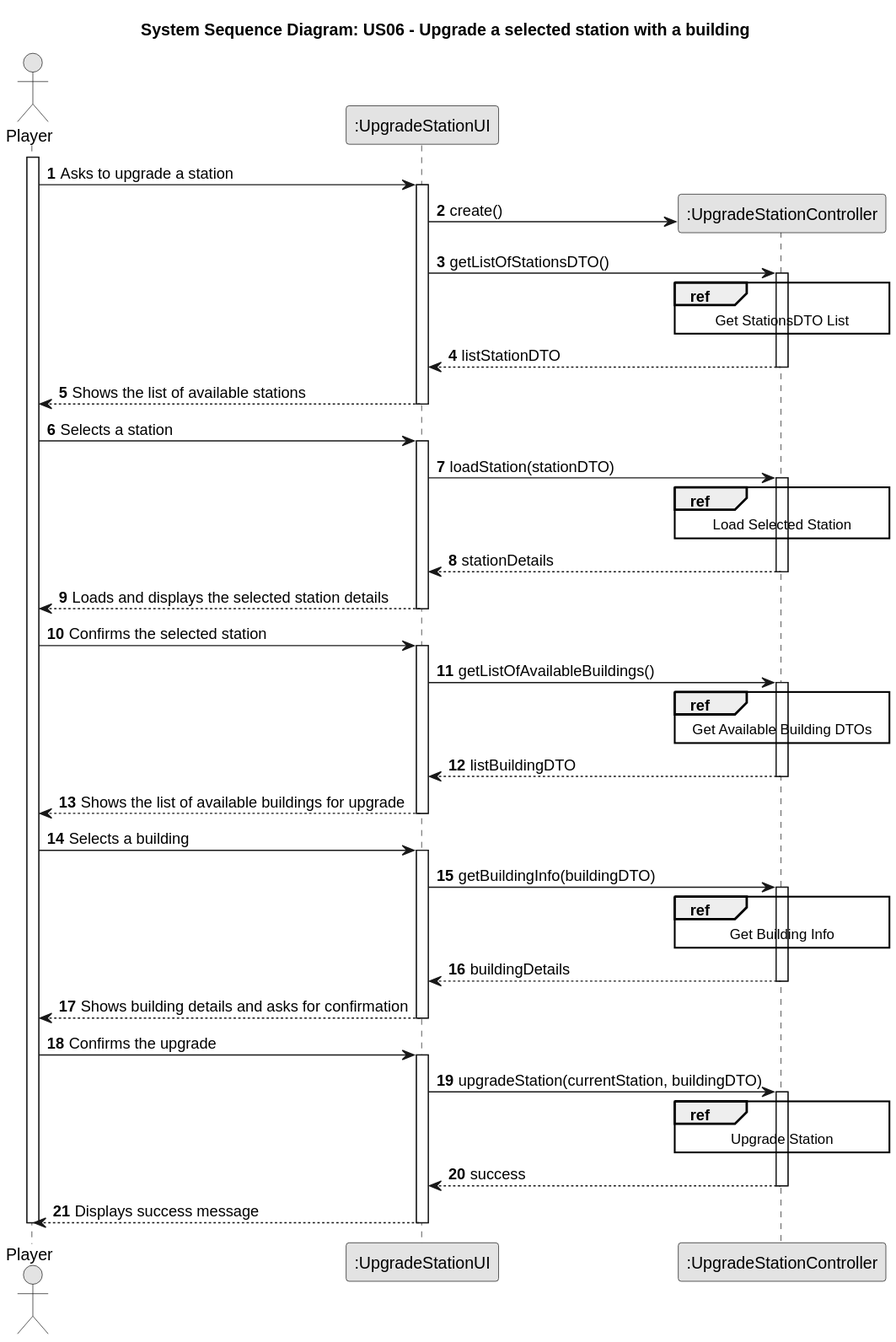
Earlier version of the PlantUML export docs/system-documentation/Sprint 3/US06/03.design/svg/US06-SD-split.svg (HenriqueSilva18/Railway-Network-Simulator).
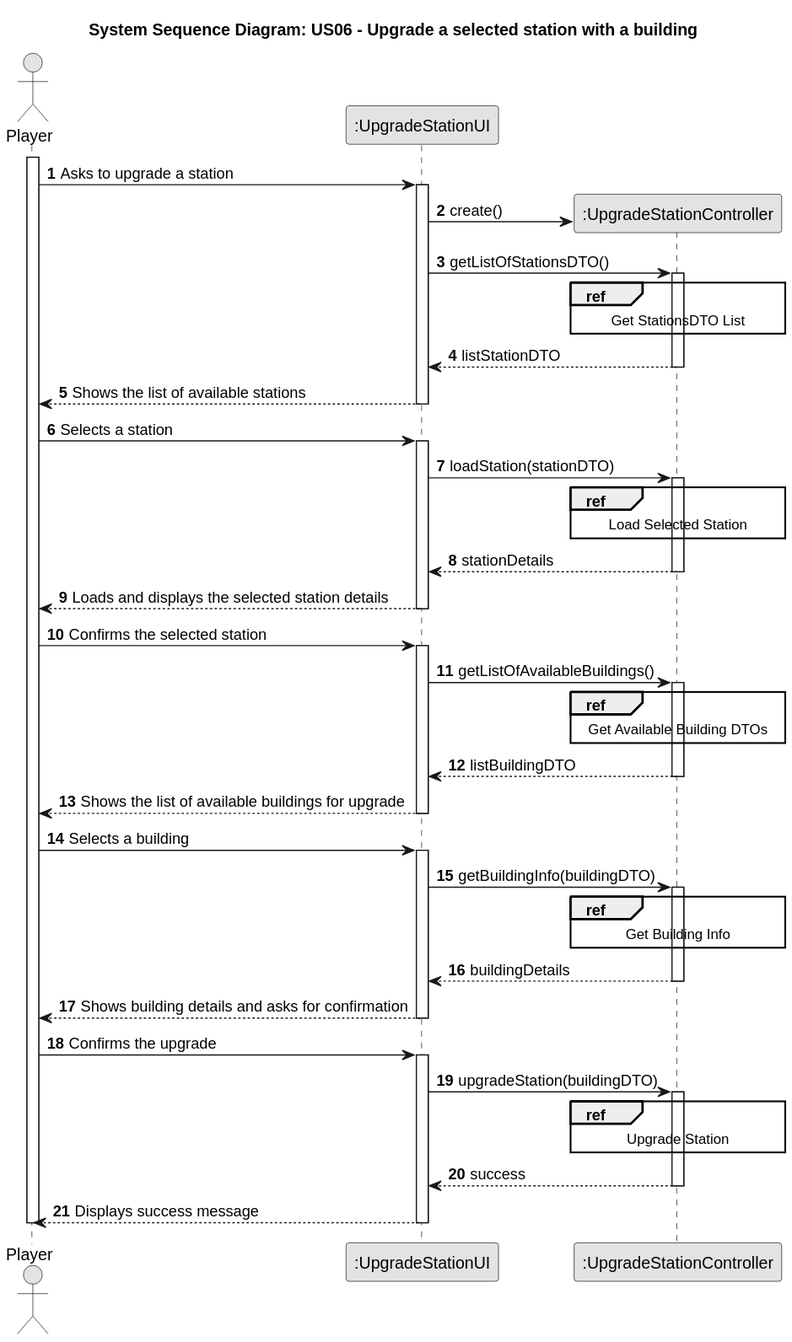
Above is the later version.

What changed in the source:
```diff
@@ -58,7 +58,7 @@
 
 PLAYER -> UI : Confirms the upgrade
 activate UI
-UI -> CTRL : upgradeStation(currentStation, buildingDTO)
+UI -> CTRL : upgradeStation(buildingDTO)
 activate CTRL
 ref over CTRL : Upgrade Station
 CTRL --> UI : success
```
